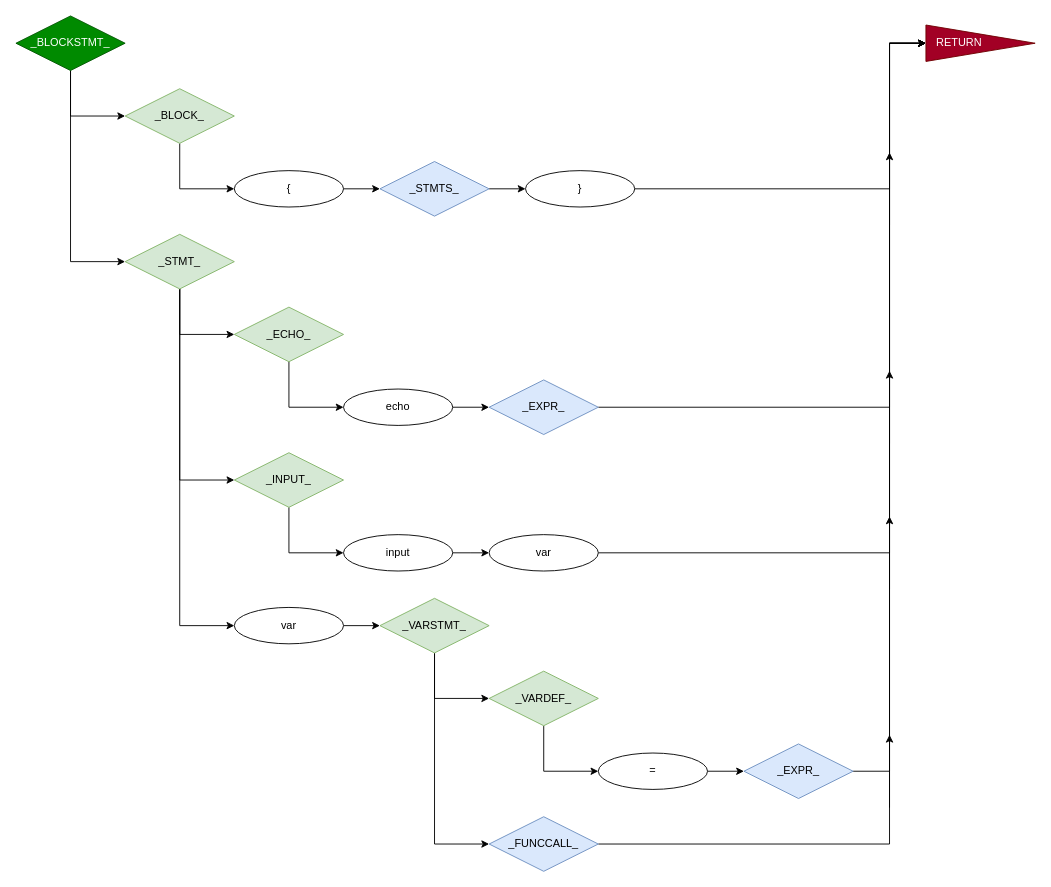
Before: page "_BLOCKSTMT_" (3 of 9) of CFG.drawio in ZacharyYGateley/Compiler, a draw.io diagram. Source tidied: cells renumbered, new cells numbered last; positions are measured from the earlier drawing's top-left corner, leaving out a move shared by most shapes. Both pictures are drawn from the tidied source at 91%, with x=0, y=0 at pixel (15, 15).
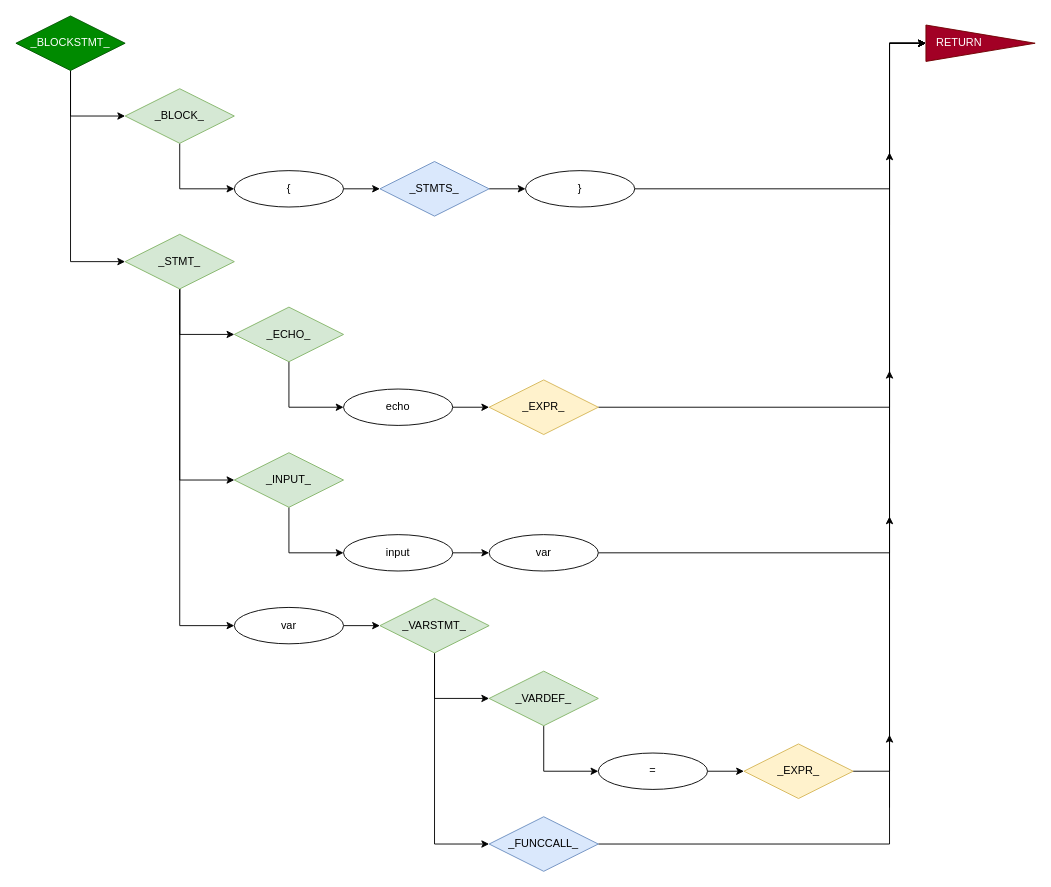
The same diagram, later.

Diff of the diagram source:
```diff
@@
-    <mxCell id="23" value="_EXPR_" style="rhombus;whiteSpace=wrap;html=1;fillColor=#dae8fc;strokeColor=#6c8ebf;" parent="1" vertex="1">
+    <mxCell id="23" value="_EXPR_" style="rhombus;whiteSpace=wrap;html=1;fillColor=#fff2cc;strokeColor=#d6b656;" parent="1" vertex="1">
       <mxGeometry x="520" y="400" width="120" height="60" as="geometry" />
     </mxCell>
@@
-    <mxCell id="34" value="_EXPR_" style="rhombus;whiteSpace=wrap;html=1;fillColor=#dae8fc;strokeColor=#6c8ebf;" parent="1" vertex="1">
+    <mxCell id="34" value="_EXPR_" style="rhombus;whiteSpace=wrap;html=1;fillColor=#fff2cc;strokeColor=#d6b656;" parent="1" vertex="1">
       <mxGeometry x="800" y="800" width="120" height="60" as="geometry" />
     </mxCell>
```
